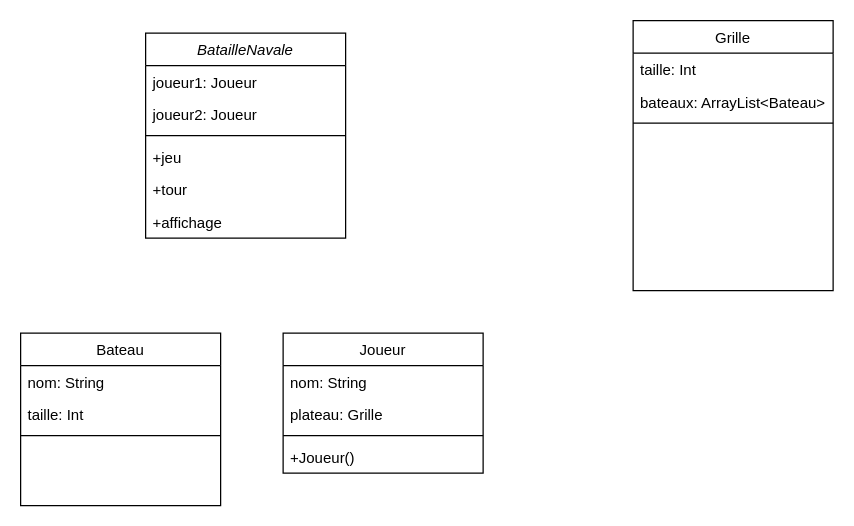
Earlier version of the draw.io diagram Diagramme de Classe DS MEDEV BOURNAT_CHEREAU.drawio (ECN-info-MEDEV/tp-note-arthur-matthieu). Source tidied: cells renumbered, new cells numbered last; positions are measured from the earlier drawing's top-left corner, leaving out a move shared by most shapes. Both pictures are drawn from the tidied source at 125%, with x=0, y=0 at pixel (20, 20).
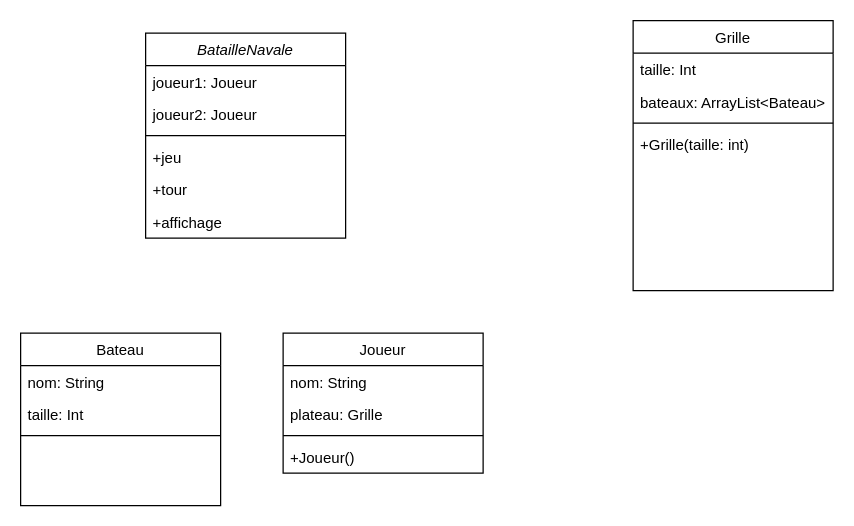
The same page after the edit.

Commit message (it also covers changes not shown here):
Classe Grille v1

Unchanged cells that the change refers to:
```xml
<mxCell id="18" value="Grille" style="swimlane;fontStyle=0;align=center;verticalAlign=top;horizontal=1;startSize=26;rounded=0;shadow=0;strokeWidth=1;" parent="1" vertex="1">
  <mxGeometry x="490" width="160" height="216" as="geometry" />
</mxCell>
```

Diff of the diagram source:
```diff
@@
+    <mxCell id="22" value="+Grille(taille: int)" style="text;align=left;verticalAlign=top;spacingLeft=4;spacingRight=4;overflow=hidden;" parent="18" vertex="1">
+      <mxGeometry y="86" width="160" height="26" as="geometry" />
+    </mxCell>
```
